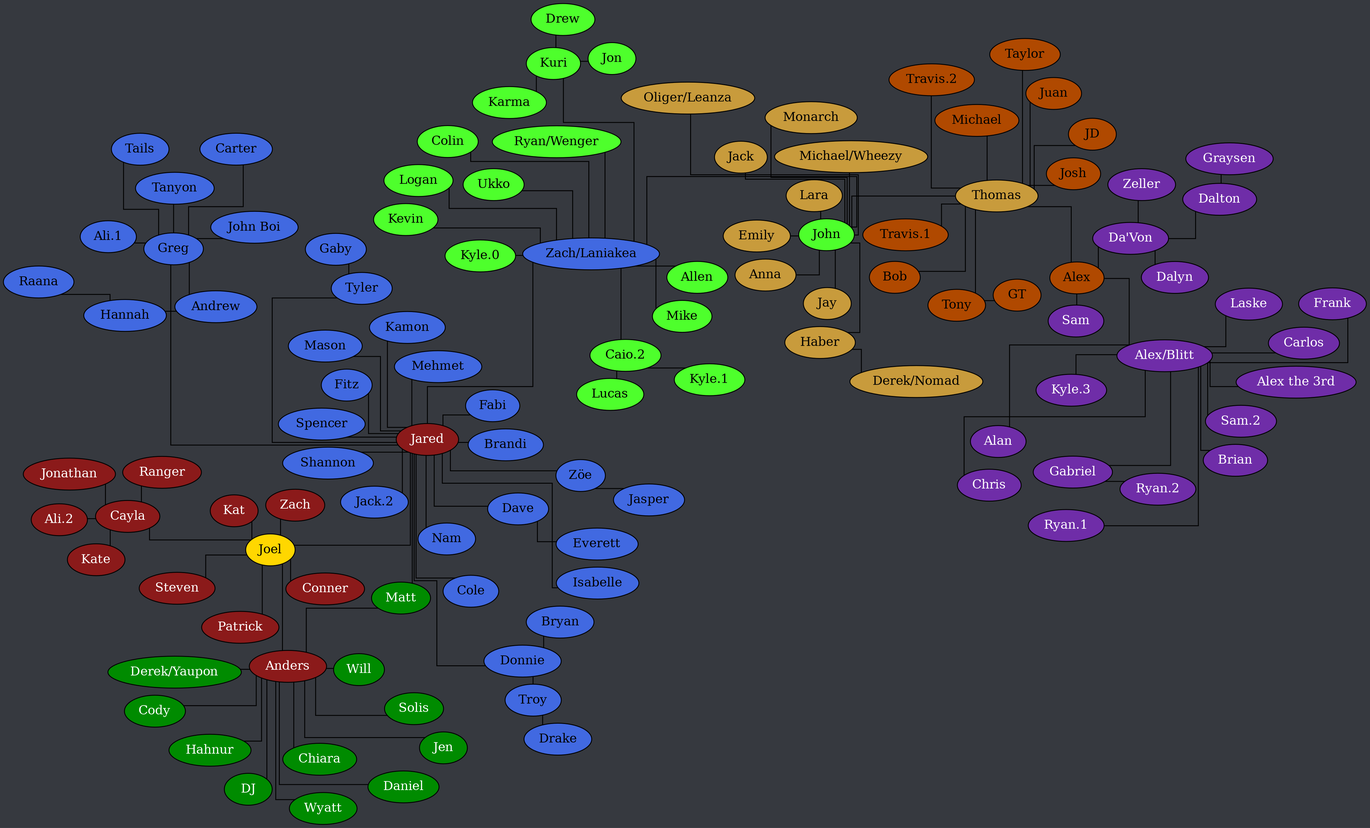
Documidas/CoronaCatzFamilyTree keeps this Graphviz diagram as tree.png. Above is the earlier version. Its source is kept beside it as tree.dot.
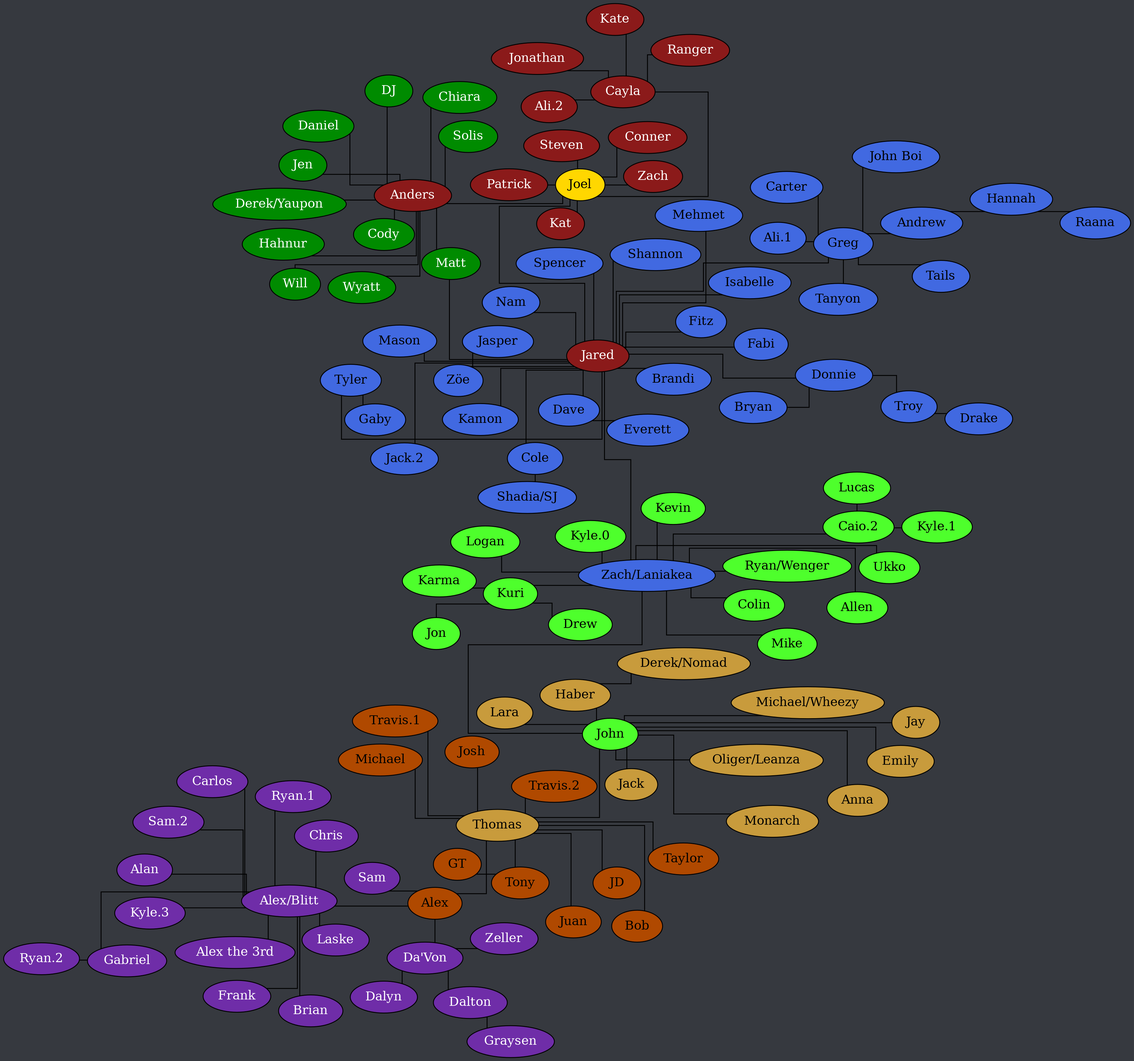
The same file after the commit.

Diff of the diagram source:
```diff
@@ -49,6 +49,7 @@
 		node [ style=filled fillcolor="royalblue" fontcolor="black" ];
 
 		Andrew -- Hannah;
+		Cole -- "Shadia/SJ";
 		Dave -- Everett;
 		Donnie -- Bryan;
 		Donnie -- Troy;
```
